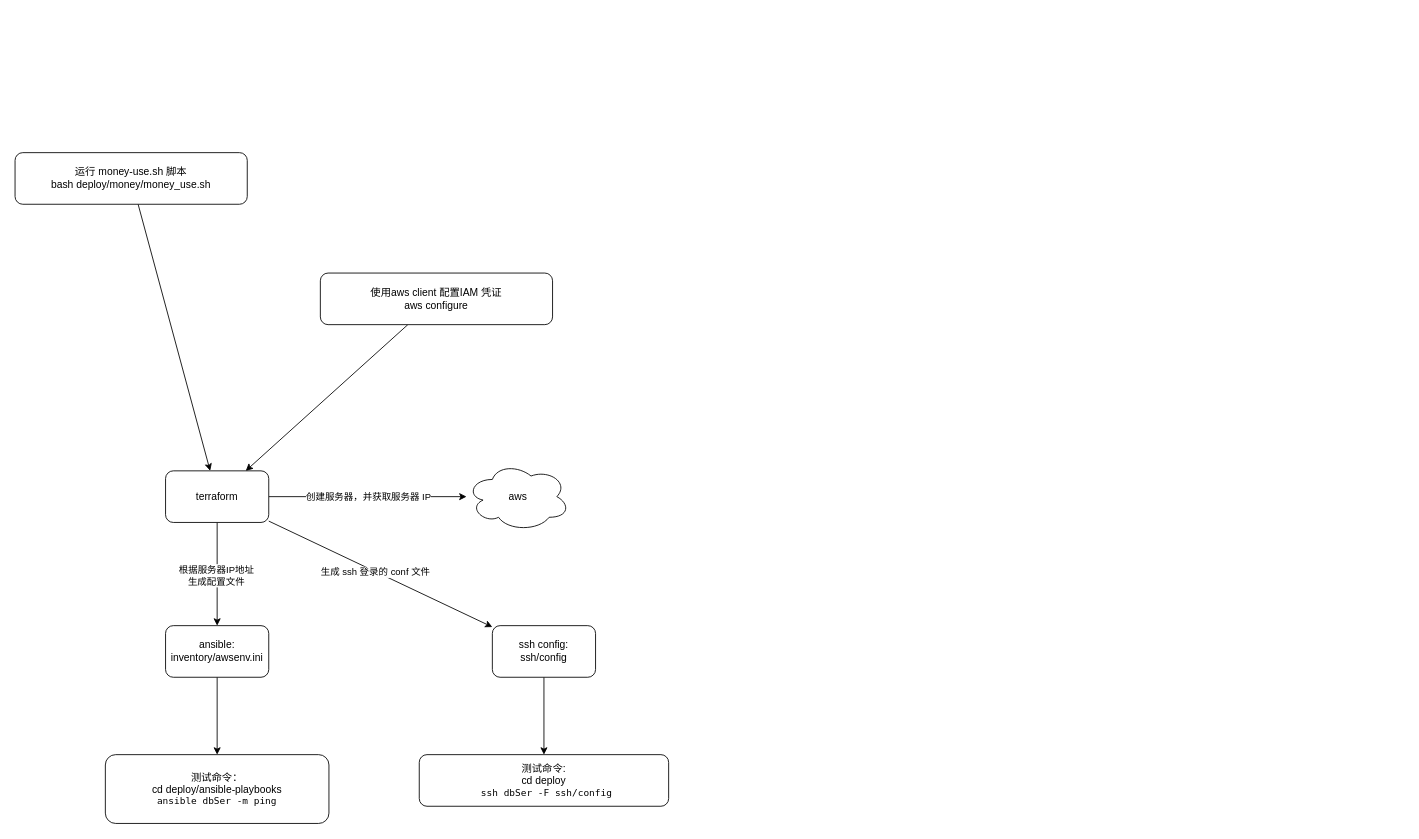
This is _docs/architect/autoDeploy.drawio from ruandao/distribute-im-gateway, a draw.io file, before an edit. Source tidied: cells renumbered, new cells numbered last; positions are measured from the earlier drawing's top-left corner, leaving out a move shared by most shapes. Both pictures are drawn from the tidied source at 86%, with x=0, y=0 at pixel (15, 152).
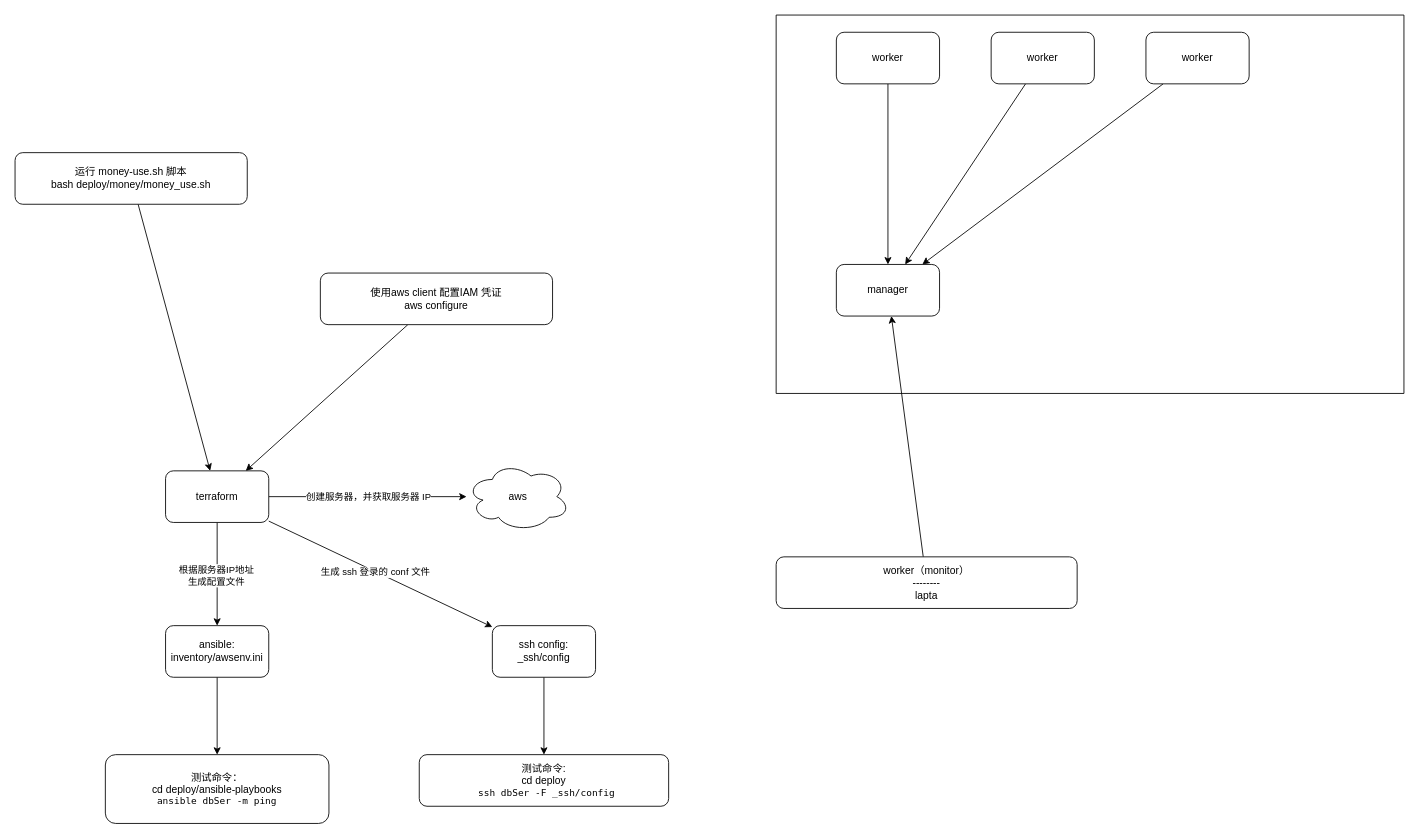
Above is the later version.

The edit, as a diff of the source:
```diff
@@
-    <mxCell id="14" value="ssh config:&lt;br&gt;ssh/config" style="rounded=1;whiteSpace=wrap;html=1;" parent="1" vertex="1">
+    <mxCell id="14" value="ssh config:&lt;br&gt;_ssh/config" style="rounded=1;whiteSpace=wrap;html=1;" parent="1" vertex="1">
       <mxGeometry x="555" y="550" width="120" height="60" as="geometry" />
     </mxCell>
-    <mxCell id="15" value="测试命令:&lt;br&gt;cd deploy&lt;br&gt;&lt;p style=&quot;margin: 0px; font-variant-numeric: normal; font-variant-east-asian: normal; font-variant-alternates: normal; font-size-adjust: none; font-kerning: auto; font-optical-sizing: auto; font-feature-settings: normal; font-variation-settings: normal; font-variant-position: normal; font-variant-emoji: normal; font-stretch: normal; font-size: 11px; line-height: normal; font-family: Menlo; color: rgb(0, 0, 0); text-align: start;&quot; class=&quot;p1&quot;&gt;&lt;span style=&quot;font-variant-ligatures: no-common-ligatures;&quot; class=&quot;s1&quot;&gt;&lt;span class=&quot;Apple-converted-space&quot;&gt;&amp;nbsp;&lt;/span&gt;ssh dbSer -F ssh/config&lt;/span&gt;&lt;/p&gt;" style="rounded=1;whiteSpace=wrap;html=1;" parent="1" vertex="1">
+    <mxCell id="15" value="测试命令:&lt;br&gt;cd deploy&lt;br&gt;&lt;p style=&quot;margin: 0px; font-variant-numeric: normal; font-variant-east-asian: normal; font-variant-alternates: normal; font-size-adjust: none; font-kerning: auto; font-optical-sizing: auto; font-feature-settings: normal; font-variation-settings: normal; font-variant-position: normal; font-variant-emoji: normal; font-stretch: normal; font-size: 11px; line-height: normal; font-family: Menlo; color: rgb(0, 0, 0); text-align: start;&quot; class=&quot;p1&quot;&gt;&lt;span style=&quot;font-variant-ligatures: no-common-ligatures;&quot; class=&quot;s1&quot;&gt;&lt;span class=&quot;Apple-converted-space&quot;&gt;&amp;nbsp;&lt;/span&gt;ssh dbSer -F _ssh/config&lt;/span&gt;&lt;/p&gt;" style="rounded=1;whiteSpace=wrap;html=1;" parent="1" vertex="1">
       <mxGeometry x="470" y="700" width="290" height="60" as="geometry" />
     </mxCell>
@@
+    <mxCell id="20" style="swimlane;startSize=0;" parent="1" vertex="1">
+      <mxGeometry x="885" y="-160" width="730" height="440" as="geometry" />
+    </mxCell>
+    <mxCell id="21" value="manager" style="rounded=1;whiteSpace=wrap;html=1;" parent="20" vertex="1">
+      <mxGeometry x="70" y="290" width="120" height="60" as="geometry" />
+    </mxCell>
+    <mxCell id="22" style="edgeStyle=none;html=1;" parent="20" edge="1" source="23" target="21">
+      <mxGeometry relative="1" as="geometry" />
+    </mxCell>
+    <mxCell id="23" value="worker" style="rounded=1;whiteSpace=wrap;html=1;" parent="20" vertex="1">
+      <mxGeometry x="70" y="20" width="120" height="60" as="geometry" />
+    </mxCell>
+    <mxCell id="24" style="edgeStyle=none;html=1;" parent="20" edge="1" source="25" target="21">
+      <mxGeometry relative="1" as="geometry" />
+    </mxCell>
+    <mxCell id="25" value="worker" style="rounded=1;whiteSpace=wrap;html=1;" parent="20" vertex="1">
+      <mxGeometry x="250" y="20" width="120" height="60" as="geometry" />
+    </mxCell>
+    <mxCell id="26" style="edgeStyle=none;html=1;" parent="20" edge="1" source="27" target="21">
+      <mxGeometry relative="1" as="geometry" />
+    </mxCell>
+    <mxCell id="27" value="worker" style="rounded=1;whiteSpace=wrap;html=1;" parent="20" vertex="1">
+      <mxGeometry x="430" y="20" width="120" height="60" as="geometry" />
+    </mxCell>
+    <mxCell id="28" style="edgeStyle=none;html=1;" parent="1" edge="1" source="29" target="21">
+      <mxGeometry relative="1" as="geometry" />
+    </mxCell>
+    <mxCell id="29" value="worker（monitor）&lt;br&gt;--------&lt;br&gt;lapta" style="rounded=1;whiteSpace=wrap;html=1;" parent="1" vertex="1">
+      <mxGeometry x="885" y="470" width="350" height="60" as="geometry" />
+    </mxCell>
```
